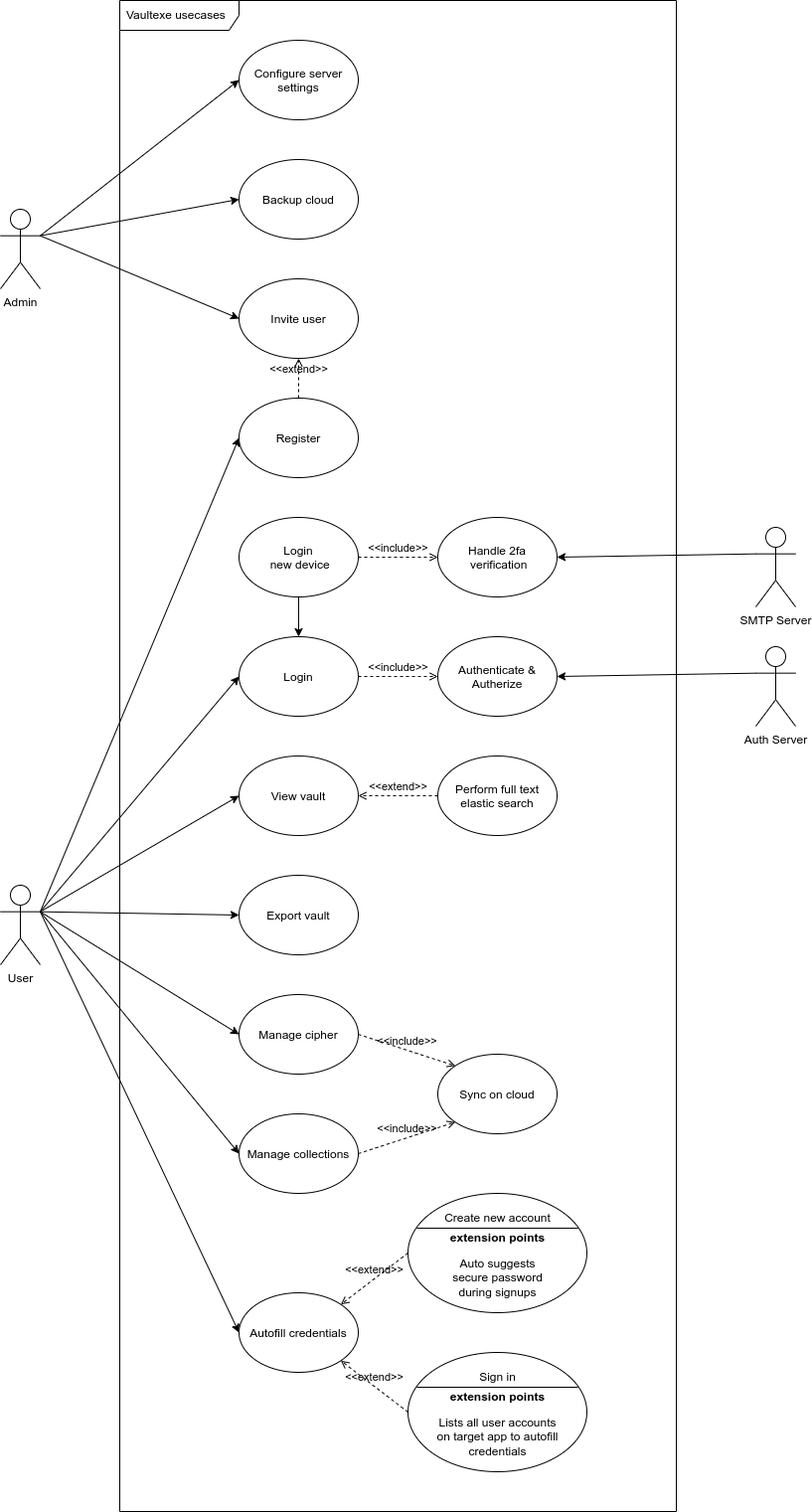
The draw.io diagram usecase.drawio.png in Vaultexe/diagrams, before a commit. Source tidied: cells renumbered, new cells last; positions are measured from the earlier drawing's top-left corner, leaving out a move shared by most shapes.
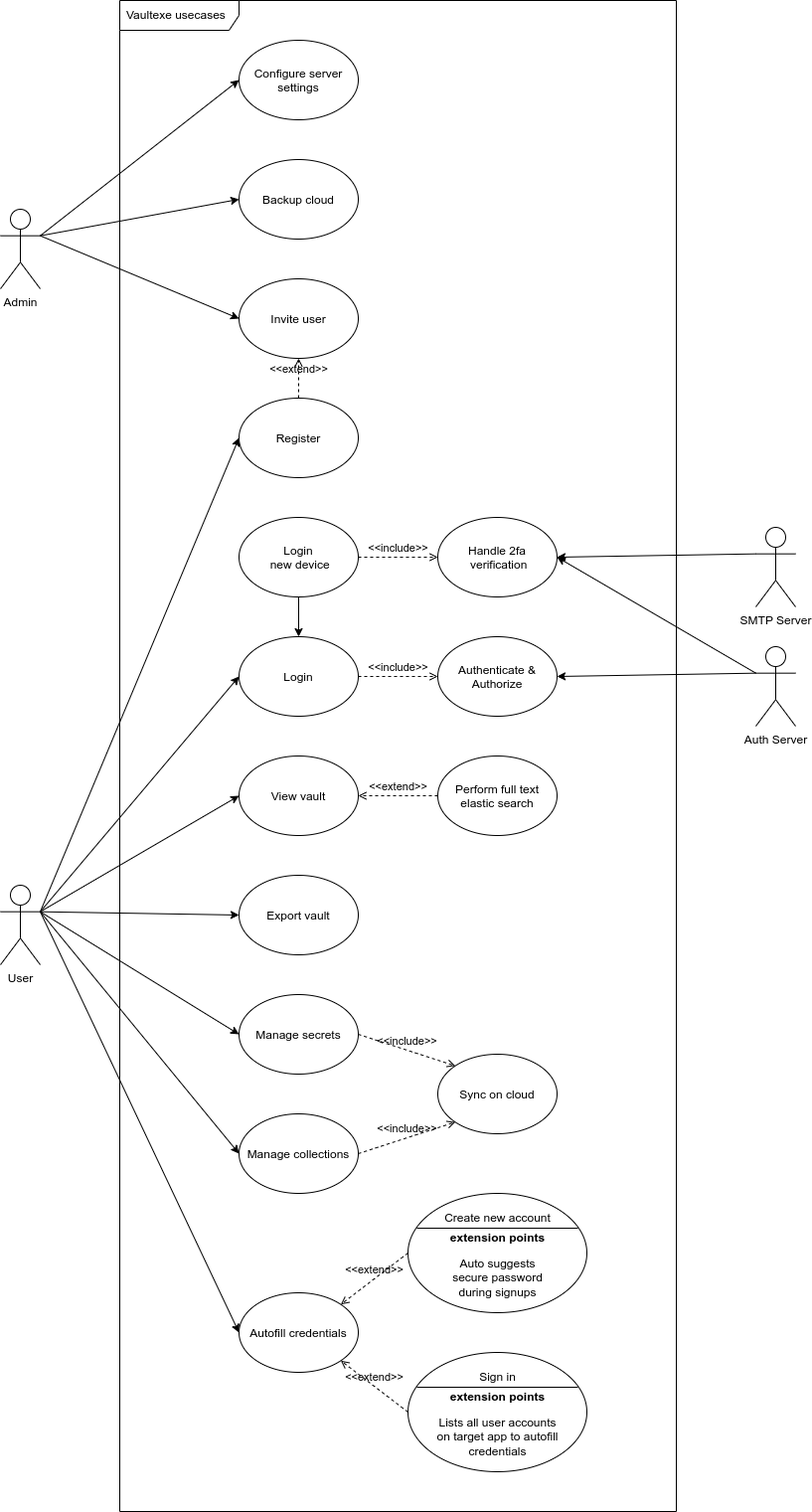
The same diagram one commit later.

Commit message:
Add soft delete to cipher

The edit, as a diff of the source:
```diff
@@ -41,7 +41,7 @@
     <mxCell id="14" value="SMTP Server" style="shape=umlActor;verticalLabelPosition=bottom;verticalAlign=top;html=1;rounded=0;" parent="1" vertex="1">
       <mxGeometry x="760" y="530" width="40" height="80" as="geometry" />
     </mxCell>
-    <mxCell id="15" value="Manage cipher" style="ellipse;rounded=0;" parent="1" vertex="1">
+    <mxCell id="15" value="Manage secrets" style="ellipse;rounded=0;" parent="1" vertex="1">
       <mxGeometry x="240" y="1000" width="120" height="80" as="geometry" />
     </mxCell>
     <mxCell id="16" value="View vault" style="ellipse;rounded=0;" parent="1" vertex="1">
@@ -53,7 +53,7 @@
     <mxCell id="18" value="Handle 2fa&#10; verification" style="ellipse;rounded=0;" parent="1" vertex="1">
       <mxGeometry x="440" y="520" width="120" height="80" as="geometry" />
     </mxCell>
-    <mxCell id="19" value="Authenticate &amp;&#10;Autherize" style="ellipse;rounded=0;" parent="1" vertex="1">
+    <mxCell id="19" value="Authenticate &amp;&#10;Authorize" style="ellipse;rounded=0;" parent="1" vertex="1">
       <mxGeometry x="440" y="640" width="120" height="80" as="geometry" />
     </mxCell>
     <mxCell id="20" style="edgeStyle=none;html=1;exitX=0.5;exitY=1;exitDx=0;exitDy=0;entryX=0.5;entryY=0;entryDx=0;entryDy=0;rounded=0;" parent="1" edge="1" source="21" target="12">
@@ -101,6 +101,9 @@
     <mxCell id="34" style="edgeStyle=none;html=1;exitX=0;exitY=0.3333333333333333;exitDx=0;exitDy=0;exitPerimeter=0;entryX=1;entryY=0.5;entryDx=0;entryDy=0;" parent="1" edge="1" source="35" target="19">
       <mxGeometry relative="1" as="geometry" />
     </mxCell>
+    <mxCell id="53" style="edgeStyle=none;html=1;entryX=1;entryY=0.5;entryDx=0;entryDy=0;exitX=0;exitY=0.3333333333333333;exitDx=0;exitDy=0;exitPerimeter=0;" parent="1" edge="1" source="35" target="18">
+      <mxGeometry relative="1" as="geometry" />
+    </mxCell>
     <mxCell id="35" value="Auth Server" style="shape=umlActor;verticalLabelPosition=bottom;verticalAlign=top;html=1;rounded=0;" parent="1" vertex="1">
       <mxGeometry x="760" y="650" width="40" height="80" as="geometry" />
     </mxCell>
```
